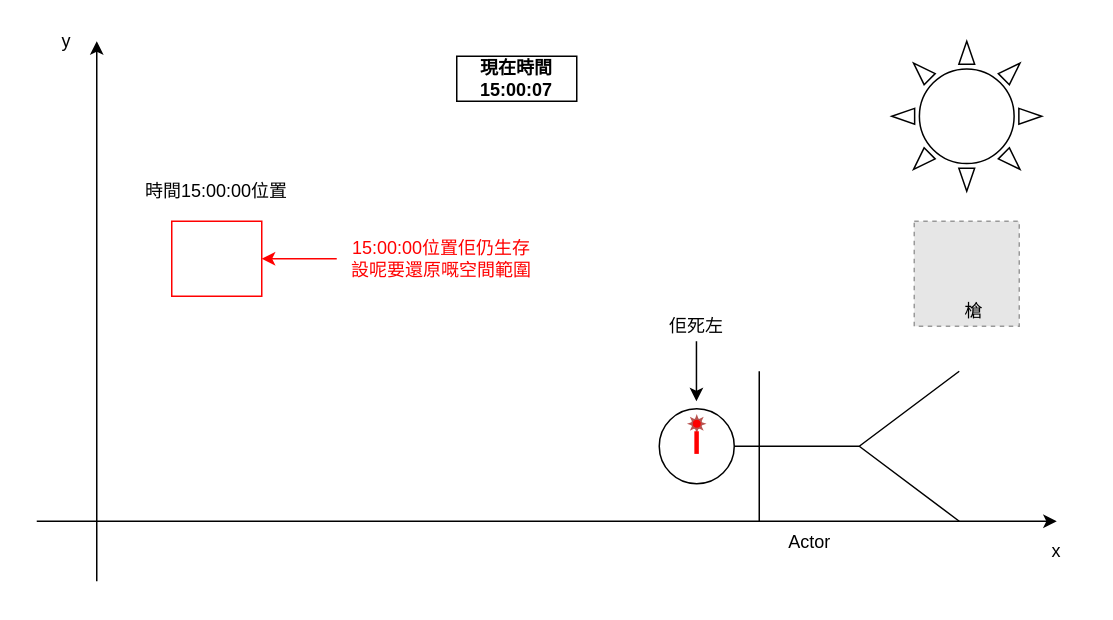
iHad169/Outline-of-Resurrection-of-Ashing-Animals keeps this draw.io diagram as page "第5頁" (5 of 12) of assets/img/復活過程/復活過程.drawio. Above is the earlier version. Source tidied: cells renumbered, new cells numbered last; positions are measured from the earlier drawing's top-left corner, leaving out a move shared by most shapes. Both pictures are drawn from the tidied source at 150%, with x=0, y=0 at pixel (36, 26). Pictures stored in the file or linked from it are replaced by grey dashed boxes.
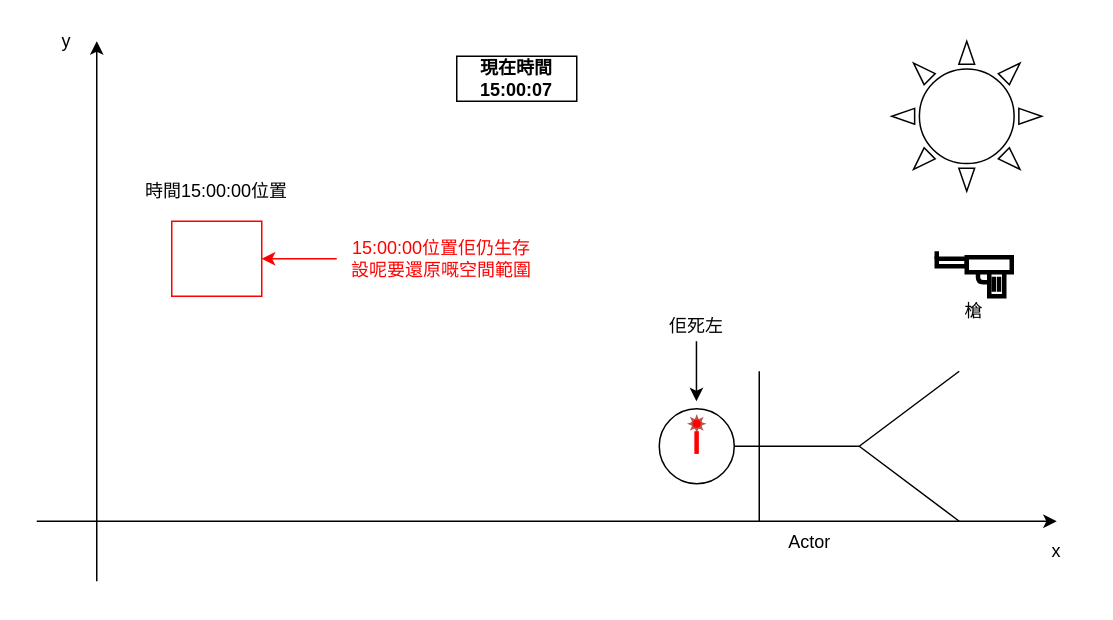
The same diagram, later.

The edit, as a diff of the source:
```diff
@@
-    <mxCell id="11" style="fillColor=#E6E6E6;strokeColor=#999999;dashed=1;html=1;verticalAlign=top;verticalLabelPosition=bottom;labelBackgroundColor=#ffffff;" parent="1" vertex="1">
-      <mxGeometry x="585" y="130" width="70" height="70" as="geometry" />
-    </mxCell>
@@
+    <mxCell id="19" style="group;" parent="1" vertex="1">
+      <mxGeometry x="600" y="150" width="50" height="30" as="geometry" />
+    </mxCell>
+    <mxCell id="20" style="rounded=0;whiteSpace=wrap;html=1;strokeWidth=3;" parent="19" vertex="1">
+      <mxGeometry y="5" width="20" height="5" as="geometry" />
+    </mxCell>
+    <mxCell id="21" style="rounded=0;whiteSpace=wrap;html=1;strokeWidth=3;" parent="19" vertex="1">
+      <mxGeometry x="20" y="4" width="30" height="10" as="geometry" />
+    </mxCell>
+    <mxCell id="22" style="rounded=0;whiteSpace=wrap;html=1;strokeWidth=3;" parent="19" vertex="1">
+      <mxGeometry x="35" y="14" width="10" height="16" as="geometry" />
+    </mxCell>
+    <mxCell id="23" style="endArrow=none;html=1;exitX=0.25;exitY=1;exitDx=0;exitDy=0;entryX=-0.06;entryY=0.419;entryDx=0;entryDy=0;entryPerimeter=0;strokeWidth=3;" parent="19" edge="1" source="21" target="22">
+      <mxGeometry as="geometry">
+        <Array as="points">
+          <mxPoint x="27.5" y="20.5" />
+        </Array>
+      </mxGeometry>
+    </mxCell>
+    <mxCell id="24" style="endArrow=none;html=1;exitX=0;exitY=0;exitDx=0;exitDy=0;strokeWidth=3;" parent="19" edge="1" source="20">
+      <mxGeometry as="geometry">
+        <mxPoint as="targetPoint" />
+      </mxGeometry>
+    </mxCell>
+    <mxCell id="25" style="endArrow=none;html=1;exitX=0.3;exitY=0.812;exitDx=0;exitDy=0;strokeWidth=3;exitPerimeter=0;entryX=0.3;entryY=0.187;entryDx=0;entryDy=0;entryPerimeter=0;" parent="19" edge="1" source="22" target="22">
+      <mxGeometry x="5" y="5" as="geometry" />
+    </mxCell>
+    <mxCell id="26" style="endArrow=none;html=1;exitX=0.3;exitY=0.812;exitDx=0;exitDy=0;strokeWidth=3;exitPerimeter=0;entryX=0.3;entryY=0.187;entryDx=0;entryDy=0;entryPerimeter=0;" parent="19" edge="1">
+      <mxGeometry x="8.5" y="5" as="geometry">
+        <mxPoint x="41.5" y="27" as="sourcePoint" />
+        <mxPoint x="41.5" y="17" as="targetPoint" />
+      </mxGeometry>
+    </mxCell>
```
